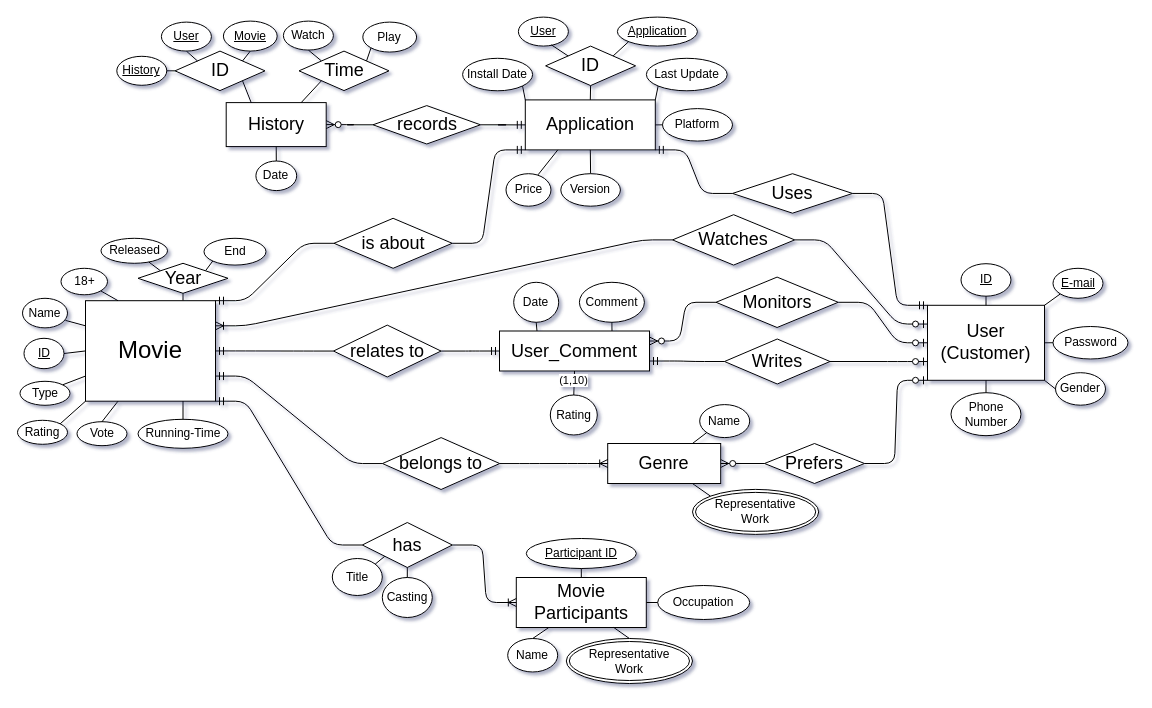
This is page "Crow_Foot" (2 of 2) of Assignment1_ER_Modeling/Movie.drawio from hjpark83/DBMS, a draw.io file, before an edit. Source tidied: cells renumbered, new cells numbered last; positions are measured from the earlier drawing's top-left corner, leaving out a move shared by most shapes. Both pictures are drawn from the tidied source at 100%, with x=0, y=0 at pixel (17, 17).
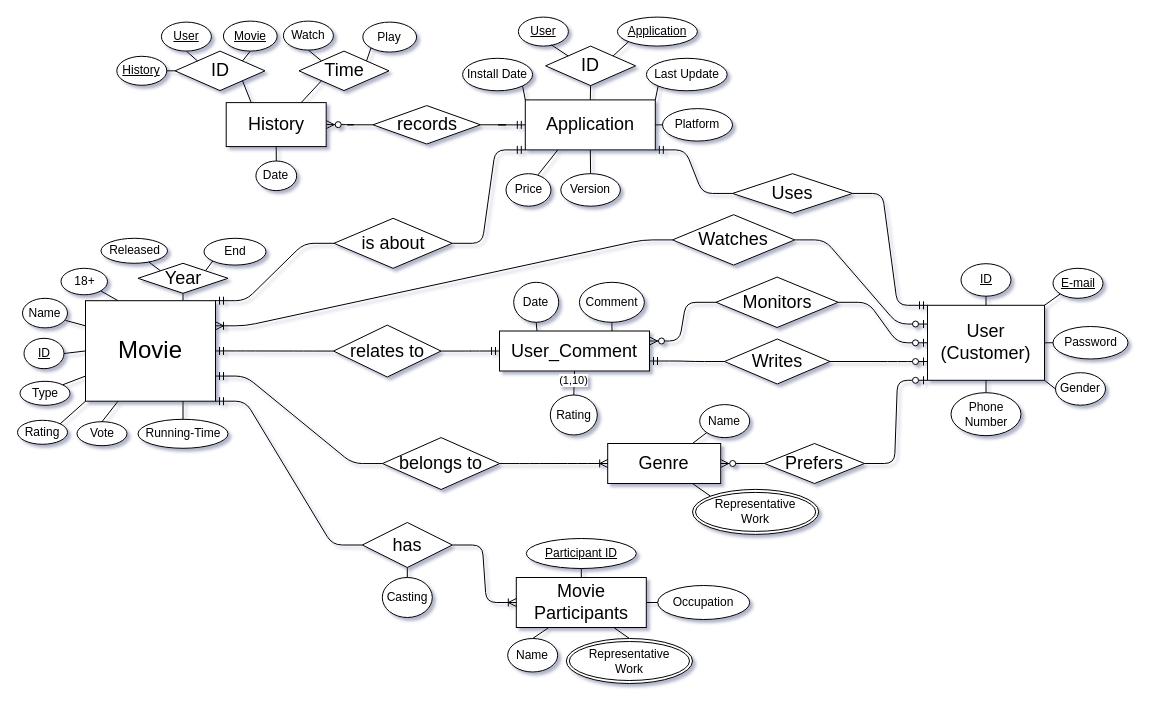
The same diagram, later.

Unchanged cells that the change refers to:
```xml
<mxCell id="30" value="&lt;font style=&quot;font-size: 18px;&quot;&gt;has&lt;/font&gt;" style="shape=rhombus;perimeter=rhombusPerimeter;whiteSpace=wrap;html=1;align=center;rounded=0;" parent="1" vertex="1">
  <mxGeometry x="344.8" y="505" width="90" height="45" as="geometry" />
</mxCell>
```

The edit, as a diff of the source:
```diff
@@
-    <mxCell id="38" value="Title" style="ellipse;whiteSpace=wrap;html=1;align=center;rounded=1;" parent="1" vertex="1">
-      <mxGeometry x="314.8" y="541" width="50" height="37" as="geometry" />
-    </mxCell>
@@
-    <mxCell id="40" style="endArrow=none;html=1;rounded=1;exitX=0;exitY=1;exitDx=0;exitDy=0;entryX=1;entryY=0;entryDx=0;entryDy=0;" parent="1" edge="1" source="30" target="38">
-      <mxGeometry relative="1" as="geometry" />
-    </mxCell>
```
